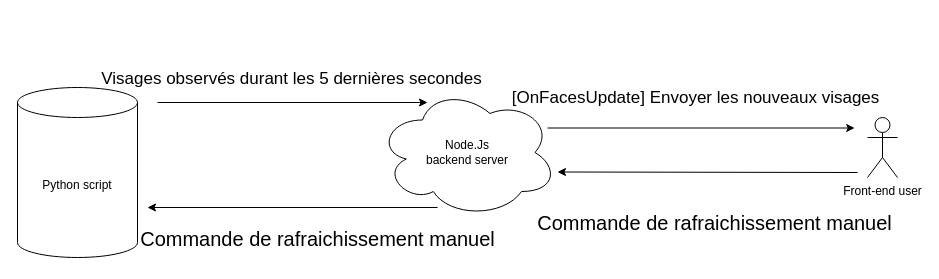
This is rave-server/InformationDiagram.drawio from FrancisCardinal/RAVE, a draw.io file, before an edit. Source tidied: cells renumbered, new cells numbered last; positions are measured from the earlier drawing's top-left corner, leaving out a move shared by most shapes. Both pictures are drawn from the tidied source at 100%, with x=0, y=0 at pixel (17, 87).
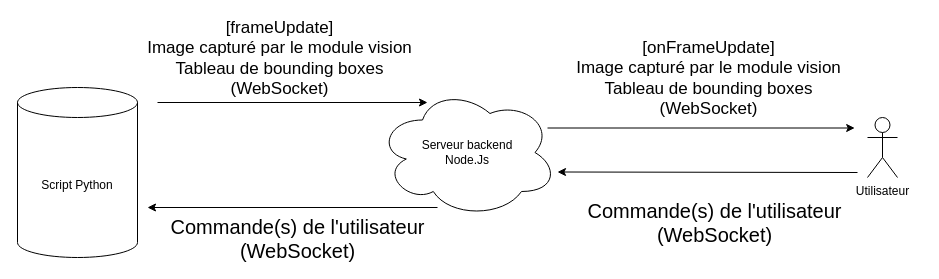
The same diagram, later.

The edit, as a diff of the source:
```diff
@@
 <mxGraphModel>
   <root>
     <mxCell id="0" />
     <mxCell id="1" parent="0" />
-    <mxCell id="2" value="Node.Js &lt;br&gt;backend server" style="ellipse;shape=cloud;whiteSpace=wrap;html=1;" parent="1" vertex="1">
+    <mxCell id="2" value="Serveur backend&lt;br&gt;Node.Js" style="ellipse;shape=cloud;whiteSpace=wrap;html=1;" parent="1" vertex="1">
       <mxGeometry x="360" width="180" height="130" as="geometry" />
     </mxCell>
-    <mxCell id="3" value="Python script" style="shape=cylinder3;whiteSpace=wrap;html=1;boundedLbl=1;backgroundOutline=1;size=15;" parent="1" vertex="1">
+    <mxCell id="3" value="Script Python" style="shape=cylinder3;whiteSpace=wrap;html=1;boundedLbl=1;backgroundOutline=1;size=15;" parent="1" vertex="1">
       <mxGeometry width="120" height="170" as="geometry" />
     </mxCell>
-    <mxCell id="4" value="Front-end user" style="shape=umlActor;verticalLabelPosition=bottom;verticalAlign=top;html=1;" parent="1" vertex="1">
+    <mxCell id="4" value="Utilisateur" style="shape=umlActor;verticalLabelPosition=bottom;verticalAlign=top;html=1;" parent="1" vertex="1">
       <mxGeometry x="850" y="30" width="30" height="60" as="geometry" />
     </mxCell>
     <mxCell id="5" style="endArrow=classic;html=1;rounded=0;" parent="1" edge="1">
       <mxGeometry relative="1" as="geometry">
         <mxPoint x="140" y="15" as="sourcePoint" />
         <mxPoint x="410" y="15" as="targetPoint" />
       </mxGeometry>
     </mxCell>
-    <mxCell id="6" value="&lt;span style=&quot;font-size: 17px&quot;&gt;Visages observés durant les 5 dernières secondes&lt;/span&gt;" style="edgeLabel;html=1;align=center;verticalAlign=middle;rotation=0;labelBackgroundColor=none;" parent="5" vertex="1">
+    <mxCell id="6" value="&lt;span style=&quot;font-size: 17px&quot;&gt;[frameUpdate]&lt;br&gt;Image capturé par le module vision&lt;br&gt;Tableau de bounding boxes&lt;br&gt;(WebSocket)&lt;br&gt;&lt;/span&gt;" style="edgeLabel;html=1;align=center;verticalAlign=middle;rotation=0;labelBackgroundColor=none;" parent="5" vertex="1">
       <mxGeometry x="-0.14" y="-3" relative="1" as="geometry">
-        <mxPoint x="17" y="-27" as="offset" />
+        <mxPoint x="5" y="-48" as="offset" />
       </mxGeometry>
     </mxCell>
     <mxCell id="7" style="endArrow=classic;html=1;rounded=0;fontSize=20;" parent="1" edge="1">
       <mxGeometry relative="1" as="geometry">
         <mxPoint x="840" y="85" as="sourcePoint" />
         <mxPoint x="540" y="84.5" as="targetPoint" />
       </mxGeometry>
     </mxCell>
-    <mxCell id="8" value="Commande de rafraichissement manuel" style="edgeLabel;html=1;align=center;verticalAlign=middle;fontSize=20;rotation=0;labelBackgroundColor=none;" parent="7" vertex="1">
+    <mxCell id="8" value="Commande(s) de l'utilisateur&lt;br&gt;(WebSocket)" style="edgeLabel;html=1;align=center;verticalAlign=middle;fontSize=20;rotation=0;labelBackgroundColor=none;" parent="7" vertex="1">
       <mxGeometry x="0.26" y="2" relative="1" as="geometry">
         <mxPoint x="46" y="48" as="offset" />
       </mxGeometry>
     </mxCell>
     <mxCell id="9" style="endArrow=classic;html=1;rounded=0;fontSize=17;exitX=0.96;exitY=0.7;exitDx=0;exitDy=0;exitPerimeter=0;" parent="1" edge="1">
       <mxGeometry relative="1" as="geometry">
         <mxPoint x="530" y="40.5" as="sourcePoint" />
         <mxPoint x="837.2" y="40.5" as="targetPoint" />
       </mxGeometry>
     </mxCell>
-    <mxCell id="10" value="[OnFacesUpdate] Envoyer les nouveaux visages" style="edgeLabel;html=1;align=center;verticalAlign=middle;fontSize=17;labelBackgroundColor=none;" parent="9" vertex="1">
+    <mxCell id="10" value="[onFrameUpdate]&lt;br&gt;Image capturé par le module vision&lt;br&gt;Tableau de bounding boxes&lt;br&gt;(WebSocket)" style="edgeLabel;html=1;align=center;verticalAlign=middle;fontSize=17;labelBackgroundColor=none;" parent="9" vertex="1">
       <mxGeometry x="-0.46" y="-5" relative="1" as="geometry">
-        <mxPoint x="64" y="-35" as="offset" />
+        <mxPoint x="77" y="-55" as="offset" />
       </mxGeometry>
     </mxCell>
     <mxCell id="11" style="endArrow=classic;html=1;rounded=0;fontSize=20;entryX=1;entryY=0;entryDx=0;entryDy=120;entryPerimeter=0;" parent="1" edge="1">
       <mxGeometry relative="1" as="geometry">
         <mxPoint x="420" y="120" as="sourcePoint" />
         <mxPoint x="130" y="120" as="targetPoint" />
       </mxGeometry>
     </mxCell>
-    <mxCell id="12" value="Commande de rafraichissement manuel" style="edgeLabel;html=1;align=center;verticalAlign=middle;fontSize=20;rotation=0;labelBackgroundColor=none;" parent="11" vertex="1">
+    <mxCell id="12" value="Commande(s) de l'utilisateur&lt;br&gt;(WebSocket)" style="edgeLabel;html=1;align=center;verticalAlign=middle;fontSize=20;rotation=0;labelBackgroundColor=none;" parent="11" vertex="1">
       <mxGeometry x="0.26" y="2" relative="1" as="geometry">
-        <mxPoint x="62" y="28" as="offset" />
+        <mxPoint x="42" y="28" as="offset" />
       </mxGeometry>
     </mxCell>
   </root>
 </mxGraphModel>
```
